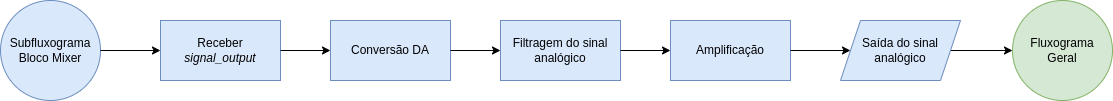
joselitopradomarques/tcc keeps this draw.io diagram as graphs/fig59.drawio.png. Above is the earlier version. Source tidied: cells renumbered, new cells last; positions are measured from the earlier drawing's top-left corner, leaving out a move shared by most shapes. Its diagram source:
```xml
<mxGraphModel>
  <root>
    <mxCell id="0" />
    <mxCell id="1" parent="0" />
    <mxCell id="2" value="Receber&lt;br&gt;&lt;i&gt;signal_output&lt;/i&gt;" style="rounded=0;whiteSpace=wrap;html=1;fillColor=#dae8fc;strokeColor=#6c8ebf;" parent="1" vertex="1">
      <mxGeometry x="160" y="20" width="120" height="60" as="geometry" />
    </mxCell>
    <mxCell id="3" value="Subfluxograma&lt;br&gt;Bloco Mixer" style="ellipse;whiteSpace=wrap;html=1;fillColor=#dae8fc;strokeColor=#6c8ebf;" parent="1" vertex="1">
      <mxGeometry width="100" height="100" as="geometry" />
    </mxCell>
    <mxCell id="4" style="edgeStyle=none;html=1;entryX=0;entryY=0.5;entryDx=0;entryDy=0;" parent="1" edge="1" source="3" target="2">
      <mxGeometry relative="1" as="geometry" />
    </mxCell>
    <mxCell id="5" value="Conversão DA" style="rounded=0;whiteSpace=wrap;html=1;fillColor=#dae8fc;strokeColor=#6c8ebf;" parent="1" vertex="1">
      <mxGeometry x="330" y="20" width="120" height="60" as="geometry" />
    </mxCell>
    <mxCell id="6" style="edgeStyle=none;html=1;entryX=0;entryY=0.5;entryDx=0;entryDy=0;exitX=1;exitY=0.5;exitDx=0;exitDy=0;" parent="1" edge="1" source="2" target="5">
      <mxGeometry relative="1" as="geometry" />
    </mxCell>
    <mxCell id="7" value="Filtragem do sinal analógico" style="rounded=0;whiteSpace=wrap;html=1;fillColor=#dae8fc;strokeColor=#6c8ebf;" parent="1" vertex="1">
      <mxGeometry x="500" y="20" width="120" height="60" as="geometry" />
    </mxCell>
    <mxCell id="8" style="edgeStyle=none;html=1;entryX=0;entryY=0.5;entryDx=0;entryDy=0;" parent="1" edge="1" source="5" target="7">
      <mxGeometry relative="1" as="geometry" />
    </mxCell>
    <mxCell id="9" value="Amplificação" style="rounded=0;whiteSpace=wrap;html=1;fillColor=#dae8fc;strokeColor=#6c8ebf;" parent="1" vertex="1">
      <mxGeometry x="670" y="20" width="120" height="60" as="geometry" />
    </mxCell>
    <mxCell id="10" style="edgeStyle=none;html=1;entryX=0;entryY=0.5;entryDx=0;entryDy=0;" parent="1" edge="1" source="7" target="9">
      <mxGeometry relative="1" as="geometry" />
    </mxCell>
    <mxCell id="11" style="edgeStyle=none;html=1;entryX=0;entryY=0.5;entryDx=0;entryDy=0;" parent="1" edge="1" source="12" target="14">
      <mxGeometry relative="1" as="geometry" />
    </mxCell>
    <mxCell id="12" value="Saída do sinal analógico" style="shape=parallelogram;perimeter=parallelogramPerimeter;whiteSpace=wrap;html=1;fixedSize=1;fillColor=#dae8fc;strokeColor=#6c8ebf;" parent="1" vertex="1">
      <mxGeometry x="840" y="20" width="120" height="60" as="geometry" />
    </mxCell>
    <mxCell id="13" style="edgeStyle=none;html=1;entryX=0;entryY=0.5;entryDx=0;entryDy=0;" parent="1" edge="1" source="9" target="12">
      <mxGeometry relative="1" as="geometry" />
    </mxCell>
    <mxCell id="14" value="Fluxograma&lt;br&gt;Geral" style="ellipse;whiteSpace=wrap;html=1;fillColor=#d5e8d4;strokeColor=#82b366;" parent="1" vertex="1">
      <mxGeometry x="1012" width="100" height="100" as="geometry" />
    </mxCell>
  </root>
</mxGraphModel>
```
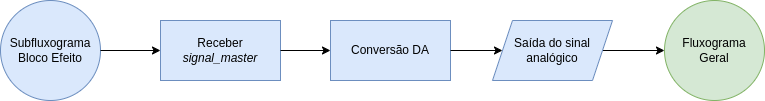
The same file after the commit.

Diff of the diagram source:
```diff
@@ -2,10 +2,10 @@
   <root>
     <mxCell id="0" />
     <mxCell id="1" parent="0" />
-    <mxCell id="2" value="Receber&lt;br&gt;&lt;i&gt;signal_output&lt;/i&gt;" style="rounded=0;whiteSpace=wrap;html=1;fillColor=#dae8fc;strokeColor=#6c8ebf;" parent="1" vertex="1">
+    <mxCell id="2" value="Receber&lt;br&gt;&lt;i&gt;signal_master&lt;/i&gt;" style="rounded=0;whiteSpace=wrap;html=1;fillColor=#dae8fc;strokeColor=#6c8ebf;" parent="1" vertex="1">
       <mxGeometry x="160" y="20" width="120" height="60" as="geometry" />
     </mxCell>
-    <mxCell id="3" value="Subfluxograma&lt;br&gt;Bloco Mixer" style="ellipse;whiteSpace=wrap;html=1;fillColor=#dae8fc;strokeColor=#6c8ebf;" parent="1" vertex="1">
+    <mxCell id="3" value="Subfluxograma&lt;br&gt;Bloco Efeito" style="ellipse;whiteSpace=wrap;html=1;fillColor=#dae8fc;strokeColor=#6c8ebf;" parent="1" vertex="1">
       <mxGeometry width="100" height="100" as="geometry" />
     </mxCell>
     <mxCell id="4" style="edgeStyle=none;html=1;entryX=0;entryY=0.5;entryDx=0;entryDy=0;" parent="1" edge="1" source="3" target="2">
@@ -17,29 +17,22 @@
     <mxCell id="6" style="edgeStyle=none;html=1;entryX=0;entryY=0.5;entryDx=0;entryDy=0;exitX=1;exitY=0.5;exitDx=0;exitDy=0;" parent="1" edge="1" source="2" target="5">
       <mxGeometry relative="1" as="geometry" />
     </mxCell>
-    <mxCell id="7" value="Filtragem do sinal analógico" style="rounded=0;whiteSpace=wrap;html=1;fillColor=#dae8fc;strokeColor=#6c8ebf;" parent="1" vertex="1">
-      <mxGeometry x="500" y="20" width="120" height="60" as="geometry" />
-    </mxCell>
-    <mxCell id="8" style="edgeStyle=none;html=1;entryX=0;entryY=0.5;entryDx=0;entryDy=0;" parent="1" edge="1" source="5" target="7">
+    <mxCell id="8" style="edgeStyle=none;html=1;entryX=0;entryY=0.5;entryDx=0;entryDy=0;" parent="1" edge="1" source="5" target="12">
       <mxGeometry relative="1" as="geometry" />
     </mxCell>
-    <mxCell id="9" value="Amplificação" style="rounded=0;whiteSpace=wrap;html=1;fillColor=#dae8fc;strokeColor=#6c8ebf;" parent="1" vertex="1">
-      <mxGeometry x="670" y="20" width="120" height="60" as="geometry" />
-    </mxCell>
-    <mxCell id="10" style="edgeStyle=none;html=1;entryX=0;entryY=0.5;entryDx=0;entryDy=0;" parent="1" edge="1" source="7" target="9">
-      <mxGeometry relative="1" as="geometry" />
+    <mxCell id="10" style="edgeStyle=none;html=1;entryX=0;entryY=0.5;entryDx=0;entryDy=0;" parent="1" edge="1" target="x">
+      <mxGeometry relative="1" as="geometry">
+        <mxPoint x="620" y="50" as="sourcePoint" />
+      </mxGeometry>
     </mxCell>
     <mxCell id="11" style="edgeStyle=none;html=1;entryX=0;entryY=0.5;entryDx=0;entryDy=0;" parent="1" edge="1" source="12" target="14">
       <mxGeometry relative="1" as="geometry" />
     </mxCell>
     <mxCell id="12" value="Saída do sinal analógico" style="shape=parallelogram;perimeter=parallelogramPerimeter;whiteSpace=wrap;html=1;fixedSize=1;fillColor=#dae8fc;strokeColor=#6c8ebf;" parent="1" vertex="1">
-      <mxGeometry x="840" y="20" width="120" height="60" as="geometry" />
+      <mxGeometry x="492" y="20" width="120" height="60" as="geometry" />
     </mxCell>
-    <mxCell id="13" style="edgeStyle=none;html=1;entryX=0;entryY=0.5;entryDx=0;entryDy=0;" parent="1" edge="1" source="9" target="12">
-      <mxGeometry relative="1" as="geometry" />
-    </mxCell>
     <mxCell id="14" value="Fluxograma&lt;br&gt;Geral" style="ellipse;whiteSpace=wrap;html=1;fillColor=#d5e8d4;strokeColor=#82b366;" parent="1" vertex="1">
-      <mxGeometry x="1012" width="100" height="100" as="geometry" />
+      <mxGeometry x="664" width="100" height="100" as="geometry" />
     </mxCell>
   </root>
 </mxGraphModel>
```
